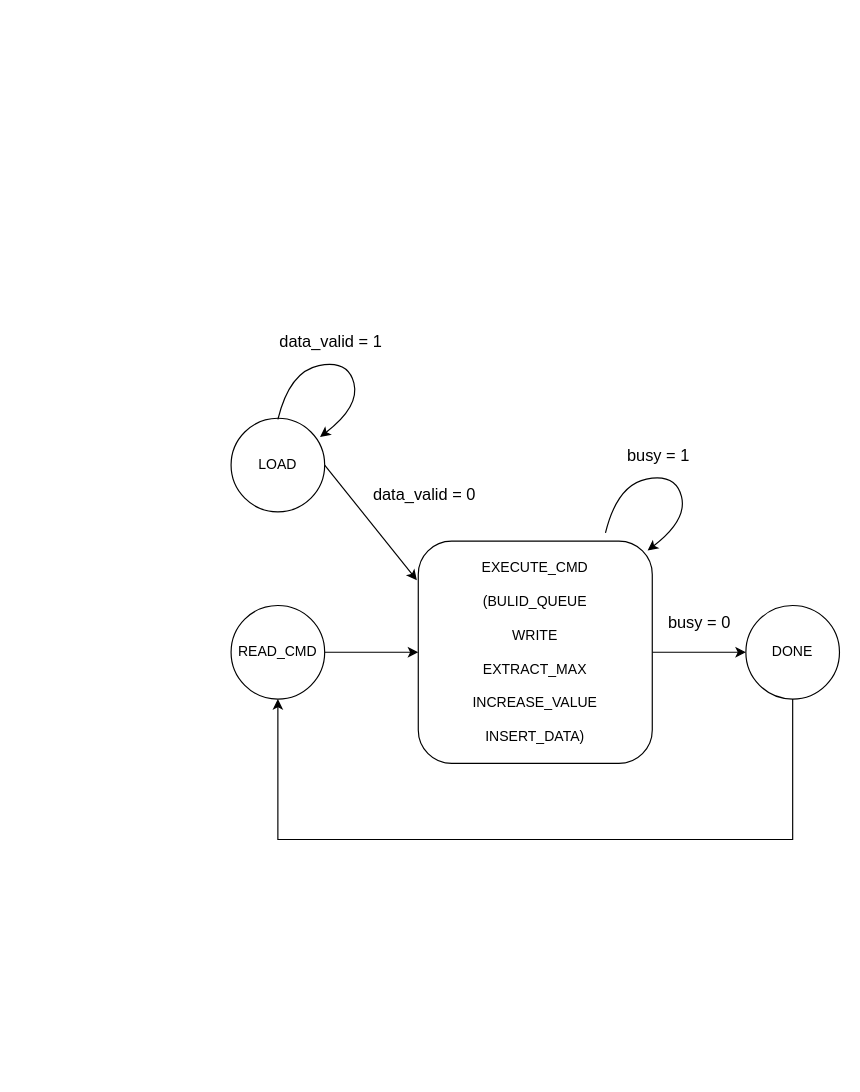
Above: HW4_P76124265/diagram/FSM state.drawio in TreeLand1101/NCKU-Digital_Design (draw.io), before the change. Source tidied: cells renumbered, new cells numbered last; positions are measured from the earlier drawing's top-left corner, leaving out a move shared by most shapes. Both pictures are drawn from the tidied source at 117%, with x=0, y=0 at pixel (230, 324).
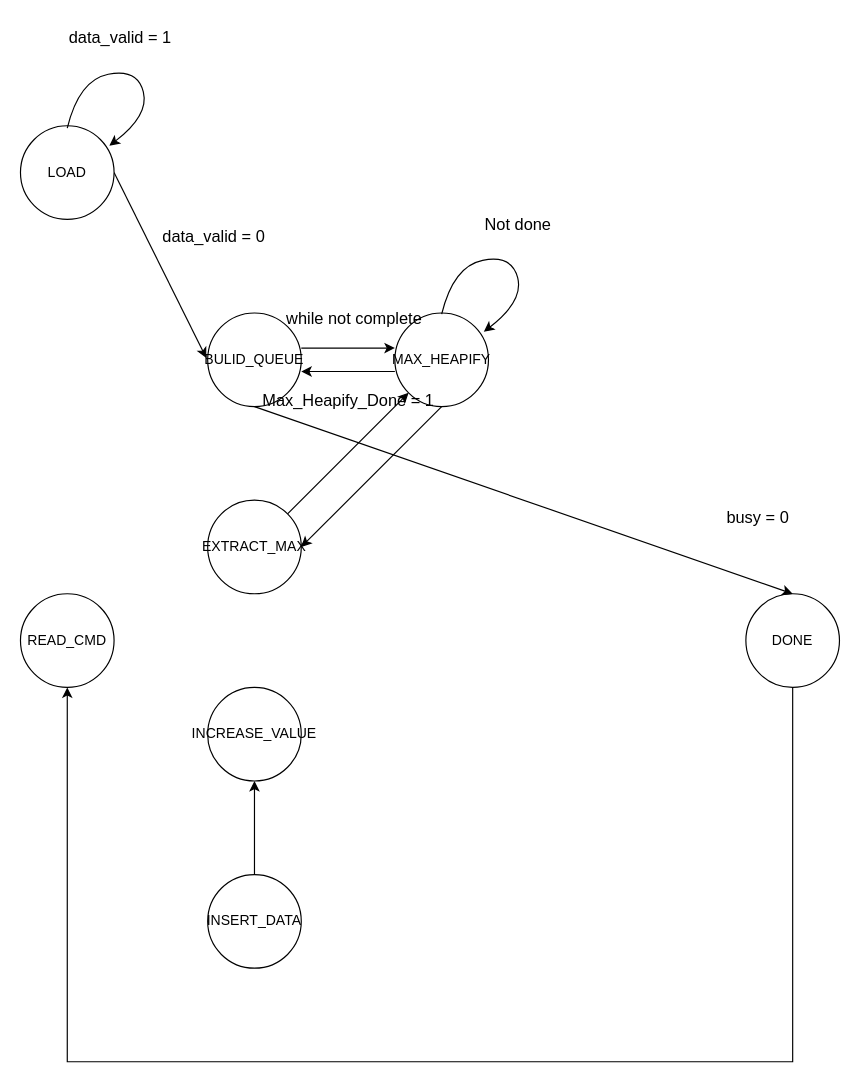
Above is the later version.

Diff of the diagram source:
```diff
@@
-    <mxCell id="2" style="endArrow=classic;html=1;rounded=0;exitX=1;exitY=0.5;exitDx=0;exitDy=0;entryX=-0.006;entryY=0.176;entryDx=0;entryDy=0;entryPerimeter=0;" parent="1" edge="1" source="8" target="12">
-      <mxGeometry relative="1" as="geometry" />
+    <mxCell id="2" style="endArrow=classic;html=1;rounded=0;exitX=1;exitY=0.5;exitDx=0;exitDy=0;entryX=-0.006;entryY=0.176;entryDx=0;entryDy=0;entryPerimeter=0;" parent="1" edge="1" source="8">
+      <mxGeometry relative="1" as="geometry">
+        <mxPoint x="-21.2" y="28.4" as="targetPoint" />
+      </mxGeometry>
     </mxCell>
     <mxCell id="3" value="READ_CMD" style="ellipse;whiteSpace=wrap;html=1;" parent="1" vertex="1">
-      <mxGeometry y="240" width="80" height="80" as="geometry" />
+      <mxGeometry x="-180" y="230" width="80" height="80" as="geometry" />
     </mxCell>
     <mxCell id="4" value="DONE" style="ellipse;whiteSpace=wrap;html=1;" parent="1" vertex="1">
-      <mxGeometry x="440" y="240" width="80" height="80" as="geometry" />
+      <mxGeometry x="440" y="230" width="80" height="80" as="geometry" />
     </mxCell>
-    <mxCell id="5" style="endArrow=classic;html=1;rounded=0;entryX=0;entryY=0.5;entryDx=0;entryDy=0;" parent="1" edge="1" target="12">
-      <mxGeometry relative="1" as="geometry">
-        <mxPoint x="80" y="280" as="sourcePoint" />
-      </mxGeometry>
-    </mxCell>
-    <mxCell id="6" style="endArrow=classic;html=1;rounded=0;exitX=1;exitY=0.5;exitDx=0;exitDy=0;entryX=0;entryY=0.5;entryDx=0;entryDy=0;" parent="1" edge="1" source="12" target="4">
-      <mxGeometry relative="1" as="geometry" />
-    </mxCell>
     <mxCell id="7" style="endArrow=classic;html=1;rounded=0;exitX=0.5;exitY=1;exitDx=0;exitDy=0;entryX=0.5;entryY=1;entryDx=0;entryDy=0;" parent="1" edge="1" source="4" target="3">
       <mxGeometry relative="1" as="geometry">
         <Array as="points">
-          <mxPoint x="480" y="440" />
-          <mxPoint x="280" y="440" />
-          <mxPoint x="40" y="440" />
+          <mxPoint x="480" y="630" />
+          <mxPoint x="280" y="630" />
+          <mxPoint x="-140" y="630" />
         </Array>
       </mxGeometry>
     </mxCell>
     <mxCell id="8" value="LOAD" style="ellipse;whiteSpace=wrap;html=1;" parent="1" vertex="1">
-      <mxGeometry y="80" width="80" height="80" as="geometry" />
+      <mxGeometry x="-180" y="-170" width="80" height="80" as="geometry" />
     </mxCell>
     <mxCell id="9" style="curved=1;endArrow=classic;html=1;rounded=0;exitX=0.5;exitY=0;exitDx=0;exitDy=0;entryX=0.946;entryY=0.19;entryDx=0;entryDy=0;entryPerimeter=0;strokeColor=default;flowAnimation=0;" parent="1" edge="1">
       <mxGeometry relative="1" as="geometry">
-        <mxPoint x="40" y="81" as="sourcePoint" />
-        <mxPoint x="76" y="96" as="targetPoint" />
+        <mxPoint x="-140" y="-168" as="sourcePoint" />
+        <mxPoint x="-104" y="-153" as="targetPoint" />
         <Array as="points">
-          <mxPoint x="50" y="40" />
-          <mxPoint x="100" y="30" />
-          <mxPoint x="110" y="70" />
+          <mxPoint x="-130" y="-209" />
+          <mxPoint x="-80" y="-219" />
+          <mxPoint x="-70" y="-179" />
         </Array>
       </mxGeometry>
     </mxCell>
     <mxCell id="10" value="&lt;font style=&quot;font-size: 14px;&quot;&gt;data_valid = 1&lt;/font&gt;" style="text;html=1;align=center;verticalAlign=middle;strokeColor=none;fillColor=none;" parent="1" vertex="1">
-      <mxGeometry x="30" width="110" height="30" as="geometry" />
+      <mxGeometry x="-150" y="-260" width="110" height="30" as="geometry" />
     </mxCell>
     <mxCell id="11" value="&lt;font style=&quot;font-size: 14px;&quot;&gt;data_valid = 0&lt;/font&gt;" style="text;html=1;align=center;verticalAlign=middle;strokeColor=none;fillColor=none;" parent="1" vertex="1">
-      <mxGeometry x="110" y="130" width="110" height="30" as="geometry" />
+      <mxGeometry x="-70" y="-90" width="110" height="30" as="geometry" />
     </mxCell>
-    <mxCell id="12" value="&lt;div&gt;EXECUTE_CMD&lt;/div&gt;&lt;div&gt;&lt;br&gt;&lt;/div&gt;(BULID_QUEUE&lt;div&gt;&lt;br&gt;&lt;/div&gt;&lt;div&gt;WRITE&lt;/div&gt;&lt;div&gt;&lt;br&gt;&lt;/div&gt;&lt;div&gt;EXTRACT_MAX&lt;/div&gt;&lt;div&gt;&lt;br&gt;&lt;/div&gt;&lt;div&gt;INCREASE_VALUE&lt;/div&gt;&lt;div&gt;&lt;br&gt;&lt;/div&gt;&lt;div&gt;INSERT_DATA)&lt;/div&gt;" style="rounded=1;whiteSpace=wrap;html=1;" parent="1" vertex="1">
-      <mxGeometry x="160" y="185" width="200" height="190" as="geometry" />
-    </mxCell>
-    <mxCell id="13" style="curved=1;endArrow=classic;html=1;rounded=0;exitX=0.5;exitY=0;exitDx=0;exitDy=0;entryX=0.946;entryY=0.19;entryDx=0;entryDy=0;entryPerimeter=0;strokeColor=default;flowAnimation=0;" parent="1" edge="1">
-      <mxGeometry relative="1" as="geometry">
-        <mxPoint x="320" y="178" as="sourcePoint" />
-        <mxPoint x="356" y="193" as="targetPoint" />
-        <Array as="points">
-          <mxPoint x="330" y="137" />
-          <mxPoint x="380" y="127" />
-          <mxPoint x="390" y="167" />
-        </Array>
-      </mxGeometry>
-    </mxCell>
-    <mxCell id="14" value="&lt;font style=&quot;font-size: 14px;&quot;&gt;busy = 1&lt;/font&gt;" style="text;html=1;align=center;verticalAlign=middle;strokeColor=none;fillColor=none;" parent="1" vertex="1">
-      <mxGeometry x="325" y="97" width="80" height="30" as="geometry" />
-    </mxCell>
     <mxCell id="15" value="&lt;font style=&quot;font-size: 14px;&quot;&gt;busy = 0&lt;/font&gt;" style="text;html=1;align=center;verticalAlign=middle;strokeColor=none;fillColor=none;" parent="1" vertex="1">
-      <mxGeometry x="360" y="240" width="80" height="30" as="geometry" />
+      <mxGeometry x="410" y="150" width="80" height="30" as="geometry" />
     </mxCell>
+    <mxCell id="16" value="BULID_QUEUE" style="ellipse;whiteSpace=wrap;html=1;" parent="1" vertex="1">
+      <mxGeometry x="-20" y="-10" width="80" height="80" as="geometry" />
+    </mxCell>
+    <mxCell id="17" value="EXTRACT_MAX" style="ellipse;whiteSpace=wrap;html=1;" parent="1" vertex="1">
+      <mxGeometry x="-20" y="150" width="80" height="80" as="geometry" />
+    </mxCell>
+    <mxCell id="18" value="&lt;div&gt;INCREASE_VALUE&lt;/div&gt;" style="ellipse;whiteSpace=wrap;html=1;" parent="1" vertex="1">
+      <mxGeometry x="-20" y="310" width="80" height="80" as="geometry" />
+    </mxCell>
+    <mxCell id="19" value="INSERT_DATA" style="ellipse;whiteSpace=wrap;html=1;" parent="1" vertex="1">
+      <mxGeometry x="-20" y="470" width="80" height="80" as="geometry" />
+    </mxCell>
+    <mxCell id="20" value="MAX_HEAPIFY" style="ellipse;whiteSpace=wrap;html=1;" parent="1" vertex="1">
+      <mxGeometry x="140" y="-10" width="80" height="80" as="geometry" />
+    </mxCell>
+    <mxCell id="21" style="endArrow=classic;html=1;rounded=0;entryX=0;entryY=0.5;entryDx=0;entryDy=0;" parent="1" edge="1">
+      <mxGeometry relative="1" as="geometry">
+        <mxPoint x="60" y="20" as="sourcePoint" />
+        <mxPoint x="140" y="20" as="targetPoint" />
+      </mxGeometry>
+    </mxCell>
+    <mxCell id="22" style="endArrow=classic;html=1;rounded=0;entryX=0;entryY=0.5;entryDx=0;entryDy=0;" parent="1" edge="1">
+      <mxGeometry relative="1" as="geometry">
+        <mxPoint x="140" y="40" as="sourcePoint" />
+        <mxPoint x="60" y="40" as="targetPoint" />
+      </mxGeometry>
+    </mxCell>
+    <mxCell id="23" style="endArrow=classic;html=1;rounded=0;entryX=1;entryY=0.5;entryDx=0;entryDy=0;exitX=0.5;exitY=1;exitDx=0;exitDy=0;" parent="1" edge="1" source="20" target="17">
+      <mxGeometry relative="1" as="geometry" />
+    </mxCell>
+    <mxCell id="24" style="endArrow=classic;html=1;rounded=0;entryX=0;entryY=1;entryDx=0;entryDy=0;exitX=1;exitY=0;exitDx=0;exitDy=0;" parent="1" edge="1" source="17" target="20">
+      <mxGeometry relative="1" as="geometry" />
+    </mxCell>
+    <mxCell id="25" style="endArrow=classic;html=1;rounded=0;entryX=0.5;entryY=1;entryDx=0;entryDy=0;exitX=0.5;exitY=0;exitDx=0;exitDy=0;" parent="1" edge="1" source="19" target="18">
+      <mxGeometry relative="1" as="geometry" />
+    </mxCell>
+    <mxCell id="26" style="endArrow=classic;html=1;rounded=0;entryX=0.5;entryY=0;entryDx=0;entryDy=0;exitX=0.5;exitY=1;exitDx=0;exitDy=0;" parent="1" edge="1" source="16" target="4">
+      <mxGeometry relative="1" as="geometry" />
+    </mxCell>
+    <mxCell id="27" style="curved=1;endArrow=classic;html=1;rounded=0;exitX=0.5;exitY=0;exitDx=0;exitDy=0;entryX=0.946;entryY=0.19;entryDx=0;entryDy=0;entryPerimeter=0;strokeColor=default;flowAnimation=0;" parent="1" edge="1">
+      <mxGeometry relative="1" as="geometry">
+        <mxPoint x="180" y="-9" as="sourcePoint" />
+        <mxPoint x="216" y="6" as="targetPoint" />
+        <Array as="points">
+          <mxPoint x="190" y="-50" />
+          <mxPoint x="240" y="-60" />
+          <mxPoint x="250" y="-20" />
+        </Array>
+      </mxGeometry>
+    </mxCell>
+    <mxCell id="28" value="&lt;font style=&quot;font-size: 14px;&quot;&gt;Not done&lt;/font&gt;" style="text;html=1;align=center;verticalAlign=middle;strokeColor=none;fillColor=none;" parent="1" vertex="1">
+      <mxGeometry x="205" y="-100" width="80" height="30" as="geometry" />
+    </mxCell>
+    <mxCell id="29" value="&lt;font style=&quot;font-size: 14px;&quot;&gt;while not complete&lt;/font&gt;" style="text;html=1;align=center;verticalAlign=middle;strokeColor=none;fillColor=none;" parent="1" vertex="1">
+      <mxGeometry x="35" y="-20" width="140" height="30" as="geometry" />
+    </mxCell>
+    <mxCell id="30" value="&lt;font style=&quot;font-size: 14px;&quot;&gt;Max_Heapify_Done = 1&lt;/font&gt;" style="text;html=1;align=center;verticalAlign=middle;strokeColor=none;fillColor=none;" parent="1" vertex="1">
+      <mxGeometry x="15" y="50" width="170" height="30" as="geometry" />
+    </mxCell>
```
